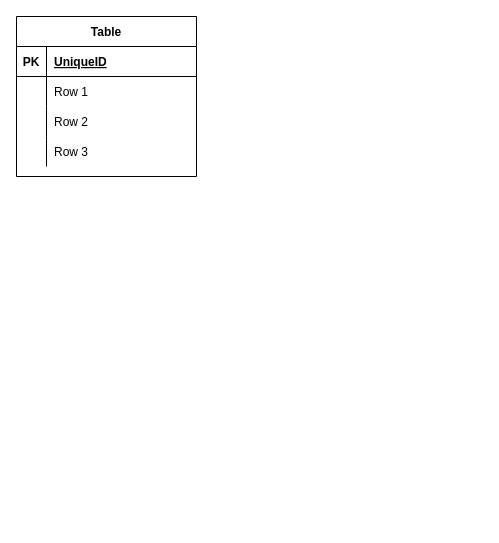
Azu0925/syusyokusakuhin keeps this draw.io diagram as doc/database/ER.drawio. Above is the earlier version. Source tidied: cells renumbered, new cells numbered last; positions are measured from the earlier drawing's top-left corner, leaving out a move shared by most shapes. Both pictures are drawn from the tidied source at 100%, with x=0, y=0 at pixel (16, 16).
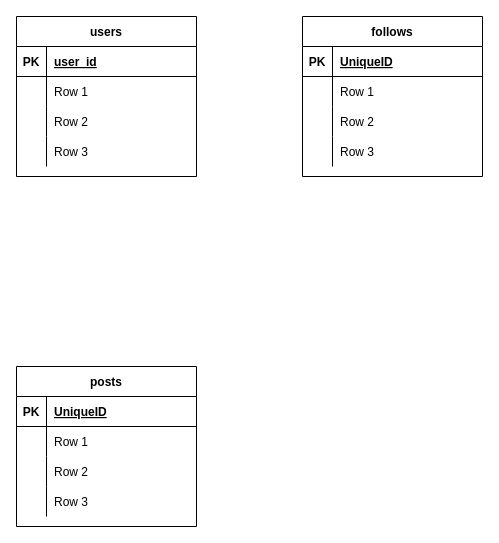
The same page after the edit.

The change refers to these unchanged cells:
```xml
<mxCell id="3" style="shape=partialRectangle;fillColor=none;top=0;left=0;bottom=1;right=0;" parent="2" vertex="1">
  <mxGeometry y="30" width="180" height="30" as="geometry" />
</mxCell>
```

Diff of the diagram source:
```diff
@@
-    <mxCell id="2" value="Table" style="shape=table;startSize=30;childLayout=tableLayout;rowLines=0;fontStyle=1;align=center;" parent="1" vertex="1">
+    <mxCell id="2" value="users" style="shape=table;startSize=30;childLayout=tableLayout;rowLines=0;fontStyle=1;align=center;" parent="1" vertex="1">
       <mxGeometry width="180" height="160" as="geometry" />
     </mxCell>
@@
-    <mxCell id="5" value="UniqueID" style="shape=partialRectangle;fillColor=none;top=0;left=0;bottom=0;right=0;align=left;spacingLeft=6;fontStyle=5;overflow=hidden;" parent="3" vertex="1">
+    <mxCell id="5" value="user_id" style="shape=partialRectangle;fillColor=none;top=0;left=0;bottom=0;right=0;align=left;spacingLeft=6;fontStyle=5;overflow=hidden;" parent="3" vertex="1">
       <mxGeometry x="30" width="150" height="30" as="geometry" />
     </mxCell>
@@
+    <mxCell id="15" value="follows" style="shape=table;startSize=30;childLayout=tableLayout;rowLines=0;fontStyle=1;align=center;" parent="1" vertex="1">
+      <mxGeometry x="286" width="180" height="160" as="geometry" />
+    </mxCell>
+    <mxCell id="16" style="shape=partialRectangle;fillColor=none;top=0;left=0;bottom=1;right=0;" parent="15" vertex="1">
+      <mxGeometry y="30" width="180" height="30" as="geometry" />
+    </mxCell>
+    <mxCell id="17" value="PK" style="shape=partialRectangle;fillColor=none;top=0;left=0;bottom=0;right=0;fontStyle=1;overflow=hidden;" parent="16" vertex="1">
+      <mxGeometry width="30" height="30" as="geometry" />
+    </mxCell>
+    <mxCell id="18" value="UniqueID" style="shape=partialRectangle;fillColor=none;top=0;left=0;bottom=0;right=0;align=left;spacingLeft=6;fontStyle=5;overflow=hidden;" parent="16" vertex="1">
+      <mxGeometry x="30" width="150" height="30" as="geometry" />
+    </mxCell>
+    <mxCell id="19" style="shape=partialRectangle;fillColor=none;top=0;left=0;bottom=0;right=0;" parent="15" vertex="1">
+      <mxGeometry y="60" width="180" height="30" as="geometry" />
+    </mxCell>
+    <mxCell id="20" style="shape=partialRectangle;fillColor=none;top=0;left=0;bottom=0;right=0;overflow=hidden;" parent="19" vertex="1">
+      <mxGeometry width="30" height="30" as="geometry" />
+    </mxCell>
+    <mxCell id="21" value="Row 1" style="shape=partialRectangle;fillColor=none;top=0;left=0;bottom=0;right=0;align=left;spacingLeft=6;overflow=hidden;" parent="19" vertex="1">
+      <mxGeometry x="30" width="150" height="30" as="geometry" />
+    </mxCell>
+    <mxCell id="22" style="shape=partialRectangle;fillColor=none;top=0;left=0;bottom=0;right=0;" parent="15" vertex="1">
+      <mxGeometry y="90" width="180" height="30" as="geometry" />
+    </mxCell>
+    <mxCell id="23" style="shape=partialRectangle;fillColor=none;top=0;left=0;bottom=0;right=0;overflow=hidden;" parent="22" vertex="1">
+      <mxGeometry width="30" height="30" as="geometry" />
+    </mxCell>
+    <mxCell id="24" value="Row 2" style="shape=partialRectangle;fillColor=none;top=0;left=0;bottom=0;right=0;align=left;spacingLeft=6;overflow=hidden;" parent="22" vertex="1">
+      <mxGeometry x="30" width="150" height="30" as="geometry" />
+    </mxCell>
+    <mxCell id="25" style="shape=partialRectangle;fillColor=none;top=0;left=0;bottom=0;right=0;" parent="15" vertex="1">
+      <mxGeometry y="120" width="180" height="30" as="geometry" />
+    </mxCell>
+    <mxCell id="26" style="shape=partialRectangle;fillColor=none;top=0;left=0;bottom=0;right=0;overflow=hidden;" parent="25" vertex="1">
+      <mxGeometry width="30" height="30" as="geometry" />
+    </mxCell>
+    <mxCell id="27" value="Row 3" style="shape=partialRectangle;fillColor=none;top=0;left=0;bottom=0;right=0;align=left;spacingLeft=6;overflow=hidden;" parent="25" vertex="1">
+      <mxGeometry x="30" width="150" height="30" as="geometry" />
+    </mxCell>
+    <mxCell id="28" value="posts" style="shape=table;startSize=30;childLayout=tableLayout;rowLines=0;fontStyle=1;align=center;" parent="1" vertex="1">
+      <mxGeometry y="350" width="180" height="160" as="geometry" />
+    </mxCell>
+    <mxCell id="29" style="shape=partialRectangle;fillColor=none;top=0;left=0;bottom=1;right=0;" parent="28" vertex="1">
+      <mxGeometry y="30" width="180" height="30" as="geometry" />
+    </mxCell>
+    <mxCell id="30" value="PK" style="shape=partialRectangle;fillColor=none;top=0;left=0;bottom=0;right=0;fontStyle=1;overflow=hidden;" parent="29" vertex="1">
+      <mxGeometry width="30" height="30" as="geometry" />
+    </mxCell>
+    <mxCell id="31" value="UniqueID" style="shape=partialRectangle;fillColor=none;top=0;left=0;bottom=0;right=0;align=left;spacingLeft=6;fontStyle=5;overflow=hidden;" parent="29" vertex="1">
+      <mxGeometry x="30" width="150" height="30" as="geometry" />
+    </mxCell>
+    <mxCell id="32" style="shape=partialRectangle;fillColor=none;top=0;left=0;bottom=0;right=0;" parent="28" vertex="1">
+      <mxGeometry y="60" width="180" height="30" as="geometry" />
+    </mxCell>
+    <mxCell id="33" style="shape=partialRectangle;fillColor=none;top=0;left=0;bottom=0;right=0;overflow=hidden;" parent="32" vertex="1">
+      <mxGeometry width="30" height="30" as="geometry" />
+    </mxCell>
+    <mxCell id="34" value="Row 1" style="shape=partialRectangle;fillColor=none;top=0;left=0;bottom=0;right=0;align=left;spacingLeft=6;overflow=hidden;" parent="32" vertex="1">
+      <mxGeometry x="30" width="150" height="30" as="geometry" />
+    </mxCell>
+    <mxCell id="35" style="shape=partialRectangle;fillColor=none;top=0;left=0;bottom=0;right=0;" parent="28" vertex="1">
+      <mxGeometry y="90" width="180" height="30" as="geometry" />
+    </mxCell>
+    <mxCell id="36" style="shape=partialRectangle;fillColor=none;top=0;left=0;bottom=0;right=0;overflow=hidden;" parent="35" vertex="1">
+      <mxGeometry width="30" height="30" as="geometry" />
+    </mxCell>
+    <mxCell id="37" value="Row 2" style="shape=partialRectangle;fillColor=none;top=0;left=0;bottom=0;right=0;align=left;spacingLeft=6;overflow=hidden;" parent="35" vertex="1">
+      <mxGeometry x="30" width="150" height="30" as="geometry" />
+    </mxCell>
+    <mxCell id="38" style="shape=partialRectangle;fillColor=none;top=0;left=0;bottom=0;right=0;" parent="28" vertex="1">
+      <mxGeometry y="120" width="180" height="30" as="geometry" />
+    </mxCell>
+    <mxCell id="39" style="shape=partialRectangle;fillColor=none;top=0;left=0;bottom=0;right=0;overflow=hidden;" parent="38" vertex="1">
+      <mxGeometry width="30" height="30" as="geometry" />
+    </mxCell>
+    <mxCell id="40" value="Row 3" style="shape=partialRectangle;fillColor=none;top=0;left=0;bottom=0;right=0;align=left;spacingLeft=6;overflow=hidden;" parent="38" vertex="1">
+      <mxGeometry x="30" width="150" height="30" as="geometry" />
+    </mxCell>
```
